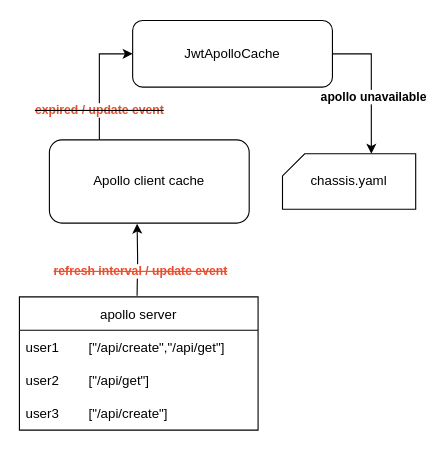
The draw.io diagram jwt-new-available.drawio in yindongjun/drawio-2, before the edit. Source tidied: cells renumbered, new cells numbered last; positions are measured from the earlier drawing's top-left corner, leaving out a move shared by most shapes. Both pictures are drawn from the tidied source at 111%, with x=0, y=0 at pixel (19, 20).
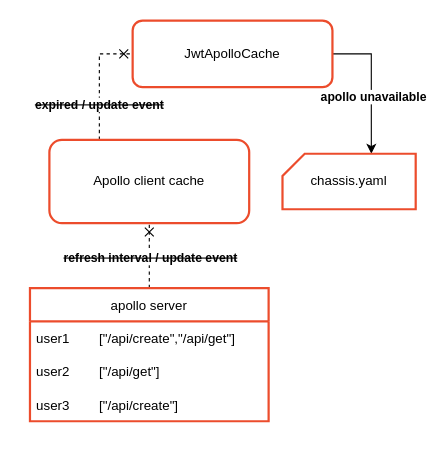
Above is the later version.

Diff of the diagram source:
```diff
@@
 <mxGraphModel>
   <root>
     <mxCell id="0" />
     <mxCell id="1" parent="0" />
-    <mxCell id="2" style="edgeStyle=orthogonalEdgeStyle;rounded=0;jettySize=auto;html=1;fontColor=#EC4C2C;entryX=0.439;entryY=1.007;entryDx=0;entryDy=0;entryPerimeter=0;" parent="1" edge="1" target="9">
-      <mxGeometry relative="1" as="geometry">
-        <mxPoint x="106" y="248" as="sourcePoint" />
-      </mxGeometry>
+    <mxCell id="2" style="edgeStyle=orthogonalEdgeStyle;rounded=0;jettySize=auto;html=1;fontColor=#EC4C2C;entryX=0.5;entryY=1;entryDx=0;entryDy=0;exitX=0.5;exitY=0;exitDx=0;exitDy=0;dashed=1;endArrow=cross;endFill=0;" parent="1" edge="1" source="4" target="9">
+      <mxGeometry relative="1" as="geometry" />
     </mxCell>
-    <mxCell id="3" value="&lt;strike&gt;refresh interval / update event&lt;/strike&gt;" style="edgeLabel;html=1;align=center;verticalAlign=middle;fontColor=#EC4C2C;horizontal=1;fontStyle=1;" parent="2" vertex="1">
+    <mxCell id="3" value="&lt;strike&gt;refresh interval / update event&lt;/strike&gt;" style="edgeLabel;html=1;align=center;verticalAlign=middle;fontColor=#000000;horizontal=1;fontStyle=1;" parent="2" vertex="1">
       <mxGeometry x="-0.29" y="-1" relative="1" as="geometry">
-        <mxPoint x="1" as="offset" />
+        <mxPoint x="-1" y="-7" as="offset" />
       </mxGeometry>
     </mxCell>
-    <mxCell id="4" value="apollo server" style="swimlane;fontStyle=0;horizontal=1;startSize=30;strokeColor=#000000;strokeWidth=1;fontColor=#000000;" parent="1" vertex="1">
-      <mxGeometry y="249" width="215" height="120" as="geometry" />
+    <mxCell id="4" value="apollo server" style="swimlane;fontStyle=0;horizontal=1;startSize=30;strokeColor=#EC4C2C;strokeWidth=2;fontColor=#000000;" parent="1" vertex="1">
+      <mxGeometry x="9.5" y="241" width="215" height="120" as="geometry" />
     </mxCell>
-    <mxCell id="5" value="user1        [&quot;/api/create&quot;,&quot;/api/get&quot;]" style="text;strokeColor=none;fillColor=none;align=left;verticalAlign=middle;spacingLeft=4;spacingRight=4;overflow=hidden;fontColor=#000000;" parent="4" vertex="1">
+    <mxCell id="5" value="user1        [&quot;/api/create&quot;,&quot;/api/get&quot;]" style="text;strokeColor=none;fillColor=none;align=left;verticalAlign=middle;spacingLeft=4;spacingRight=4;overflow=hidden;fontColor=#000000;strokeWidth=2;" parent="4" vertex="1">
       <mxGeometry y="30" width="215" height="30" as="geometry" />
     </mxCell>
     <mxCell id="6" value="user2        [&quot;/api/get&quot;]" style="text;strokeColor=none;fillColor=none;align=left;verticalAlign=middle;spacingLeft=4;spacingRight=4;overflow=hidden;fontColor=#000000;" parent="4" vertex="1">
       <mxGeometry y="60" width="215" height="30" as="geometry" />
     </mxCell>
     <mxCell id="7" value="user3        [&quot;/api/create&quot;]" style="text;strokeColor=none;fillColor=none;align=left;verticalAlign=middle;spacingLeft=4;spacingRight=4;overflow=hidden;fontColor=#000000;" parent="4" vertex="1">
       <mxGeometry y="90" width="215" height="30" as="geometry" />
     </mxCell>
-    <mxCell id="8" value="&lt;strike&gt;&lt;font color=&quot;#ec4c2c&quot;&gt;expired / update event&lt;/font&gt;&lt;/strike&gt;" style="edgeStyle=orthogonalEdgeStyle;rounded=0;jettySize=auto;html=1;exitX=0.25;exitY=0;exitDx=0;exitDy=0;entryX=0;entryY=0.5;entryDx=0;entryDy=0;fontColor=#000000;fontStyle=1;" parent="1" edge="1" source="9" target="12">
-      <mxGeometry x="-0.49" relative="1" as="geometry" />
+    <mxCell id="8" value="&lt;strike&gt;expired / update event&lt;/strike&gt;" style="edgeStyle=orthogonalEdgeStyle;rounded=0;jettySize=auto;html=1;exitX=0.25;exitY=0;exitDx=0;exitDy=0;entryX=0;entryY=0.5;entryDx=0;entryDy=0;fontColor=#000000;fontStyle=1;endArrow=cross;endFill=0;dashed=1;" parent="1" edge="1" source="9" target="12">
+      <mxGeometry x="-0.4" relative="1" as="geometry" />
     </mxCell>
-    <mxCell id="9" value="Apollo client cache" style="rounded=1;whiteSpace=wrap;html=1;" parent="1" vertex="1">
+    <mxCell id="9" value="Apollo client cache" style="rounded=1;whiteSpace=wrap;html=1;strokeColor=#EC4C2C;strokeWidth=2;" parent="1" vertex="1">
       <mxGeometry x="27" y="107.5" width="180" height="75" as="geometry" />
     </mxCell>
     <mxCell id="10" style="edgeStyle=orthogonalEdgeStyle;rounded=0;jettySize=auto;html=1;exitX=1;exitY=0.5;exitDx=0;exitDy=0;entryX=0.667;entryY=0;entryDx=0;entryDy=0;entryPerimeter=0;fontColor=#000000;" parent="1" edge="1" source="12" target="13">
       <mxGeometry relative="1" as="geometry" />
     </mxCell>
     <mxCell id="11" value="apollo unavailable" style="edgeLabel;html=1;align=center;verticalAlign=middle;fontColor=#000000;fontStyle=1;" parent="10" vertex="1">
       <mxGeometry x="0.18" y="1" relative="1" as="geometry" />
     </mxCell>
-    <mxCell id="12" value="JwtApolloCache" style="rounded=1;whiteSpace=wrap;html=1;" parent="1" vertex="1">
+    <mxCell id="12" value="JwtApolloCache" style="rounded=1;whiteSpace=wrap;html=1;strokeColor=#EC4C2C;strokeWidth=2;" parent="1" vertex="1">
       <mxGeometry x="102" width="180" height="60" as="geometry" />
     </mxCell>
-    <mxCell id="13" value="chassis.yaml" style="shape=card;whiteSpace=wrap;html=1;size=20;" parent="1" vertex="1">
+    <mxCell id="13" value="chassis.yaml" style="shape=card;whiteSpace=wrap;html=1;size=20;strokeColor=#EC4C2C;strokeWidth=2;" parent="1" vertex="1">
       <mxGeometry x="237" y="120" width="120" height="50" as="geometry" />
     </mxCell>
   </root>
 </mxGraphModel>
```
